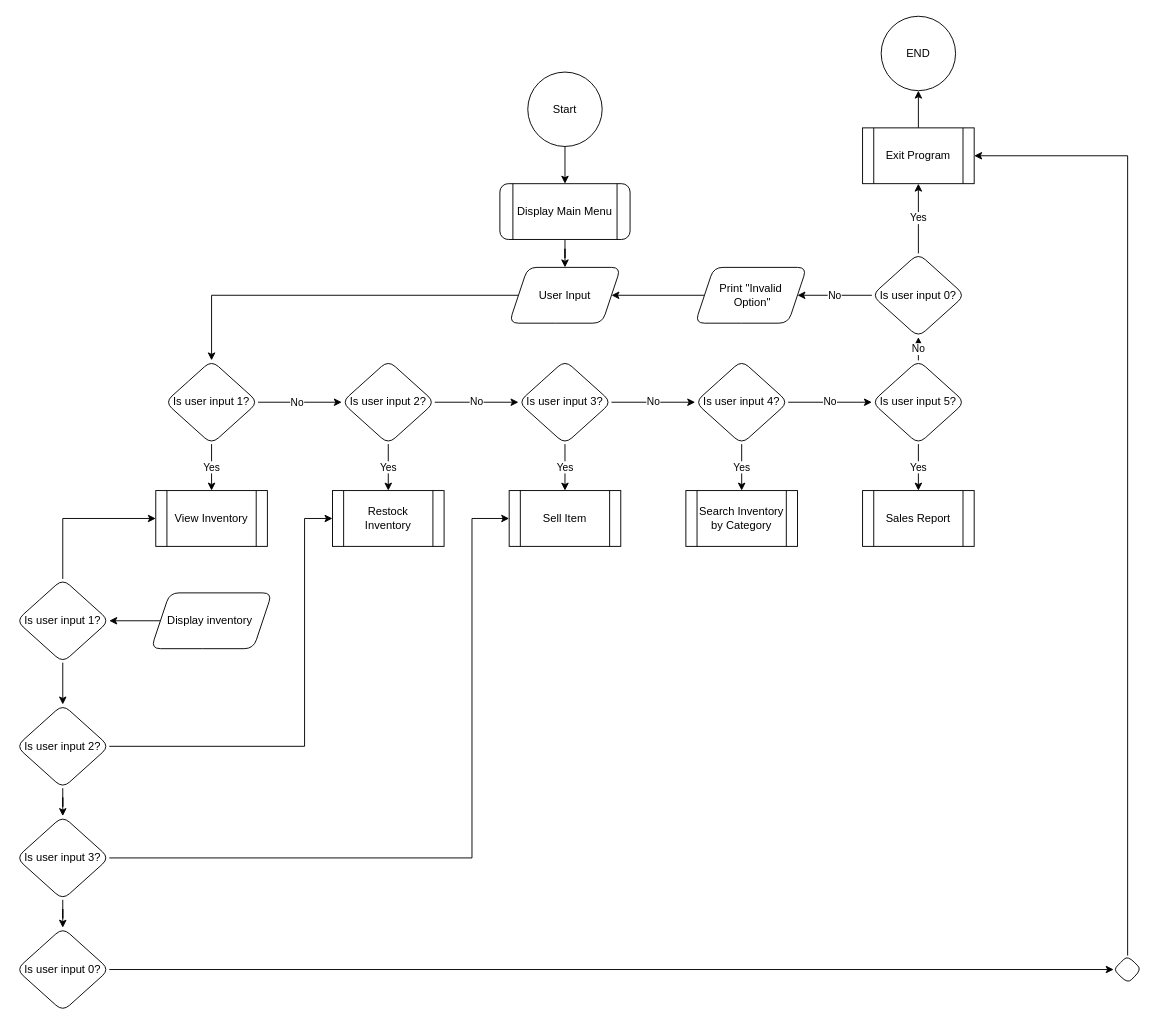
Before: Untitled Diagram.drawio in EuJin03/inventory-system-tasm, a draw.io diagram. Source tidied: cells renumbered, new cells numbered last; positions are measured from the earlier drawing's top-left corner, leaving out a move shared by most shapes. Both pictures are drawn from the tidied source at 93%, with x=0, y=0 at pixel (16, 16).
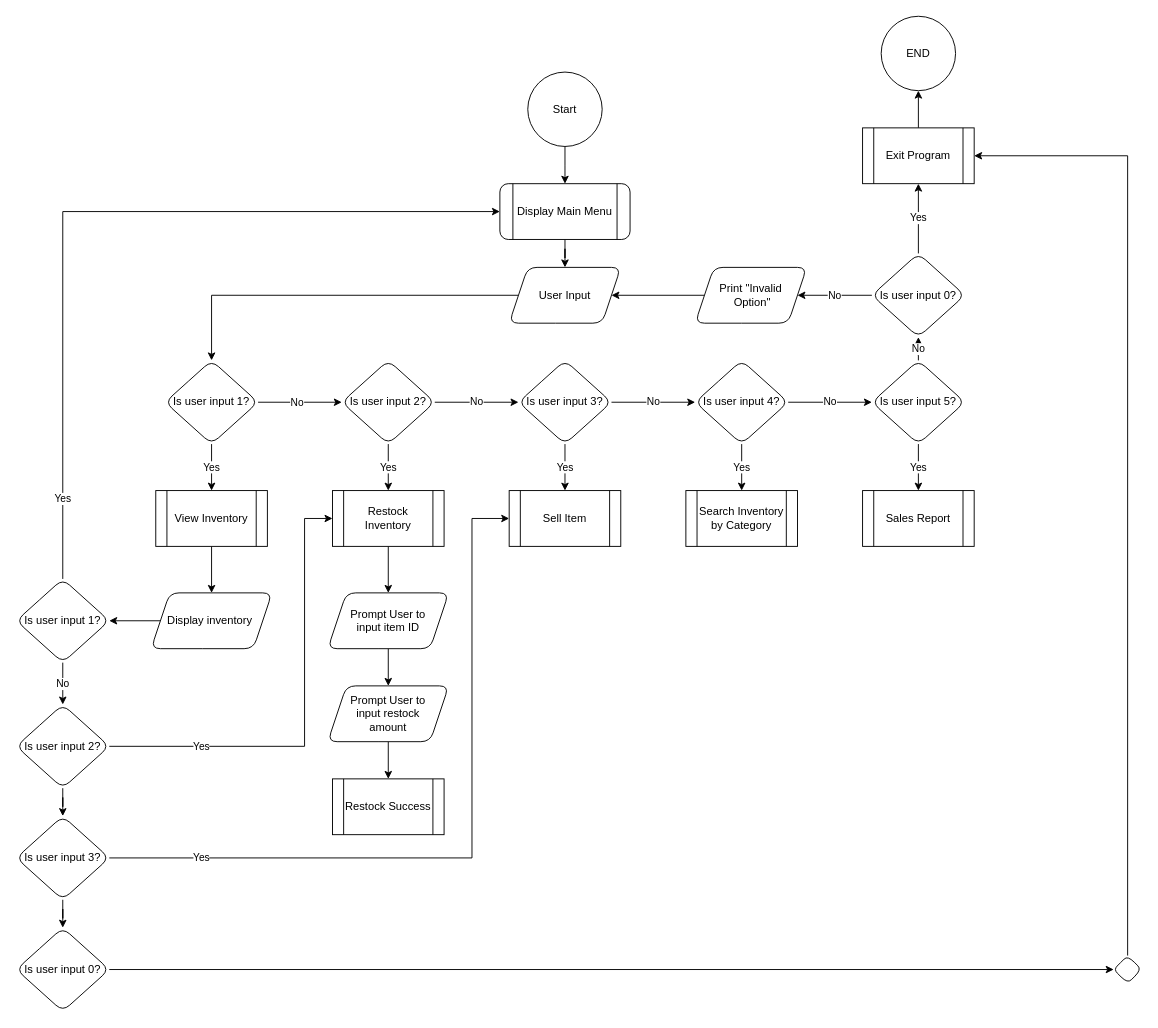
After the change.

Commit message:
-update: restock function

The change refers to these unchanged cells:
```xml
<mxCell id="5" value="Display Main Menu" style="shape=process;whiteSpace=wrap;html=1;backgroundOutline=1;rounded=1;" parent="1" vertex="1">
  <mxGeometry x="520" y="180" width="140" height="60" as="geometry" />
</mxCell>
<mxCell id="23" value="View Inventory" style="shape=process;whiteSpace=wrap;html=1;backgroundOutline=1;" parent="1" vertex="1">
  <mxGeometry x="150" y="510" width="120" height="60" as="geometry" />
</mxCell>
<mxCell id="29" value="Sell Item" style="shape=process;whiteSpace=wrap;html=1;backgroundOutline=1;" parent="1" vertex="1">
  <mxGeometry x="530" y="510" width="120" height="60" as="geometry" />
</mxCell>
<mxCell id="31" value="Restock Inventory" style="shape=process;whiteSpace=wrap;html=1;backgroundOutline=1;" parent="1" vertex="1">
  <mxGeometry x="340" y="510" width="120" height="60" as="geometry" />
</mxCell>
<mxCell id="39" value="Is user input 1?" style="rhombus;whiteSpace=wrap;html=1;rounded=1;shadow=0;" parent="1" vertex="1">
  <mxGeometry y="605" width="100" height="90" as="geometry" />
</mxCell>
<mxCell id="41" value="Display inventory&amp;nbsp;" style="shape=parallelogram;perimeter=parallelogramPerimeter;whiteSpace=wrap;html=1;fixedSize=1;rounded=1;" parent="1" vertex="1">
  <mxGeometry x="145" y="620" width="130" height="60" as="geometry" />
</mxCell>
<mxCell id="46" value="Is user input 2?" style="rhombus;whiteSpace=wrap;html=1;rounded=1;shadow=0;" parent="1" vertex="1">
  <mxGeometry y="740" width="100" height="90" as="geometry" />
</mxCell>
<mxCell id="49" value="Is user input 3?" style="rhombus;whiteSpace=wrap;html=1;rounded=1;shadow=0;" parent="1" vertex="1">
  <mxGeometry y="860" width="100" height="90" as="geometry" />
</mxCell>
```

What changed in the source:
```diff
@@
+    <mxCell id="52" style="edgeStyle=orthogonalEdgeStyle;rounded=0;jettySize=auto;html=1;" parent="1" edge="1" source="23" target="41">
+      <mxGeometry relative="1" as="geometry" />
+    </mxCell>
@@
+    <mxCell id="53" style="edgeStyle=orthogonalEdgeStyle;rounded=0;jettySize=auto;html=1;entryX=0.5;entryY=0;entryDx=0;entryDy=0;" parent="1" edge="1" source="31" target="55">
+      <mxGeometry relative="1" as="geometry" />
+    </mxCell>
@@
-    <mxCell id="37" style="edgeStyle=orthogonalEdgeStyle;rounded=0;jettySize=auto;html=1;entryX=0.5;entryY=0;entryDx=0;entryDy=0;" parent="1" edge="1" source="39" target="46">
+    <mxCell id="37" value="No" style="edgeStyle=orthogonalEdgeStyle;rounded=0;jettySize=auto;html=1;entryX=0.5;entryY=0;entryDx=0;entryDy=0;" parent="1" edge="1" source="39" target="46">
       <mxGeometry relative="1" as="geometry" />
     </mxCell>
-    <mxCell id="38" style="edgeStyle=orthogonalEdgeStyle;rounded=0;jettySize=auto;html=1;entryX=0;entryY=0.5;entryDx=0;entryDy=0;" parent="1" edge="1" source="39" target="23">
-      <mxGeometry relative="1" as="geometry">
+    <mxCell id="38" value="Yes" style="edgeStyle=orthogonalEdgeStyle;rounded=0;jettySize=auto;html=1;entryX=0;entryY=0.5;entryDx=0;entryDy=0;" parent="1" edge="1" source="39" target="5">
+      <mxGeometry x="-0.8" relative="1" as="geometry">
         <Array as="points">
-          <mxPoint x="50" y="540" />
+          <mxPoint x="50" y="210" />
         </Array>
       </mxGeometry>
     </mxCell>
@@
-    <mxCell id="45" style="edgeStyle=orthogonalEdgeStyle;rounded=0;jettySize=auto;html=1;entryX=0;entryY=0.5;entryDx=0;entryDy=0;" parent="1" edge="1" source="46" target="31">
-      <mxGeometry relative="1" as="geometry">
+    <mxCell id="45" value="Yes" style="edgeStyle=orthogonalEdgeStyle;rounded=0;jettySize=auto;html=1;entryX=0;entryY=0.5;entryDx=0;entryDy=0;" parent="1" edge="1" source="46" target="31">
+      <mxGeometry x="-0.59" relative="1" as="geometry">
         <Array as="points">
           <mxPoint x="310" y="785" />
           <mxPoint x="310" y="540" />
         </Array>
       </mxGeometry>
     </mxCell>
@@
-    <mxCell id="48" style="edgeStyle=orthogonalEdgeStyle;rounded=0;jettySize=auto;html=1;entryX=0;entryY=0.5;entryDx=0;entryDy=0;" parent="1" edge="1" source="49" target="29">
-      <mxGeometry relative="1" as="geometry">
+    <mxCell id="48" value="Yes" style="edgeStyle=orthogonalEdgeStyle;rounded=0;jettySize=auto;html=1;entryX=0;entryY=0.5;entryDx=0;entryDy=0;" parent="1" edge="1" source="49" target="29">
+      <mxGeometry x="-0.75" relative="1" as="geometry">
         <Array as="points">
           <mxPoint x="490" y="905" />
           <mxPoint x="490" y="540" />
         </Array>
       </mxGeometry>
     </mxCell>
@@
+    <mxCell id="54" style="edgeStyle=orthogonalEdgeStyle;rounded=0;jettySize=auto;html=1;entryX=0.5;entryY=0;entryDx=0;entryDy=0;" parent="1" edge="1" source="55" target="57">
+      <mxGeometry relative="1" as="geometry" />
+    </mxCell>
+    <mxCell id="55" value="Prompt User to &lt;br&gt;input item ID" style="shape=parallelogram;perimeter=parallelogramPerimeter;whiteSpace=wrap;html=1;fixedSize=1;rounded=1;" parent="1" vertex="1">
+      <mxGeometry x="335" y="620" width="130" height="60" as="geometry" />
+    </mxCell>
+    <mxCell id="56" style="edgeStyle=orthogonalEdgeStyle;rounded=0;jettySize=auto;html=1;entryX=0.5;entryY=0;entryDx=0;entryDy=0;" parent="1" edge="1" source="57" target="58">
+      <mxGeometry relative="1" as="geometry" />
+    </mxCell>
+    <mxCell id="57" value="Prompt User to &lt;br&gt;input restock &lt;br&gt;amount" style="shape=parallelogram;perimeter=parallelogramPerimeter;whiteSpace=wrap;html=1;fixedSize=1;rounded=1;" parent="1" vertex="1">
+      <mxGeometry x="335" y="720" width="130" height="60" as="geometry" />
+    </mxCell>
+    <mxCell id="58" value="Restock Success" style="shape=process;whiteSpace=wrap;html=1;backgroundOutline=1;" parent="1" vertex="1">
+      <mxGeometry x="340" y="820" width="120" height="60" as="geometry" />
+    </mxCell>
```
